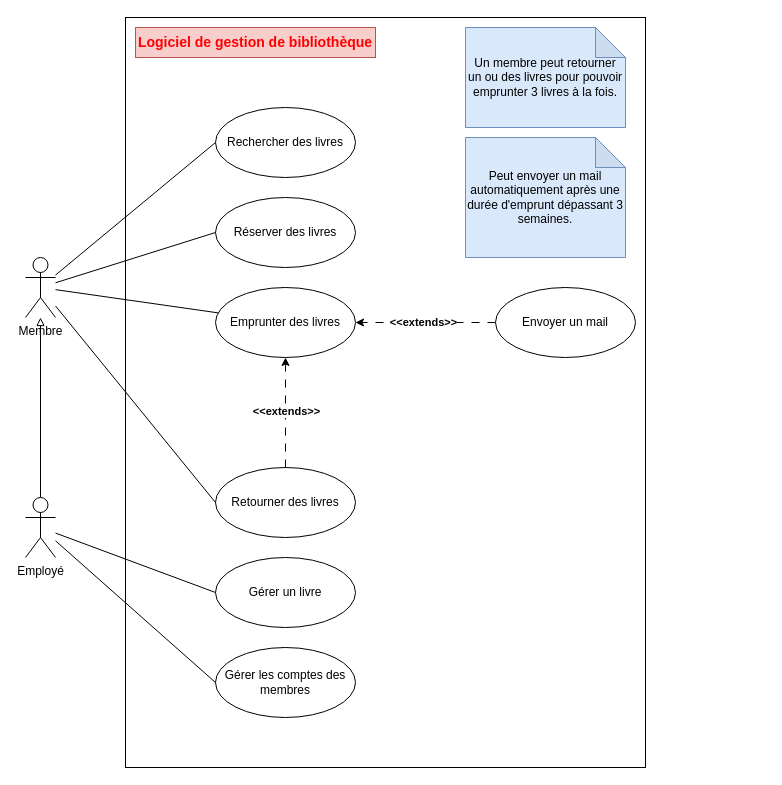
The draw.io diagram TP_1_UML_Exercice_5.drawio in Mzk-Ali/EXO_M2I_UML, before the edit. Source tidied: cells renumbered, new cells numbered last; positions are measured from the earlier drawing's top-left corner, leaving out a move shared by most shapes. Both pictures are drawn from the tidied source at 100%, with x=0, y=0 at pixel (25, 17).
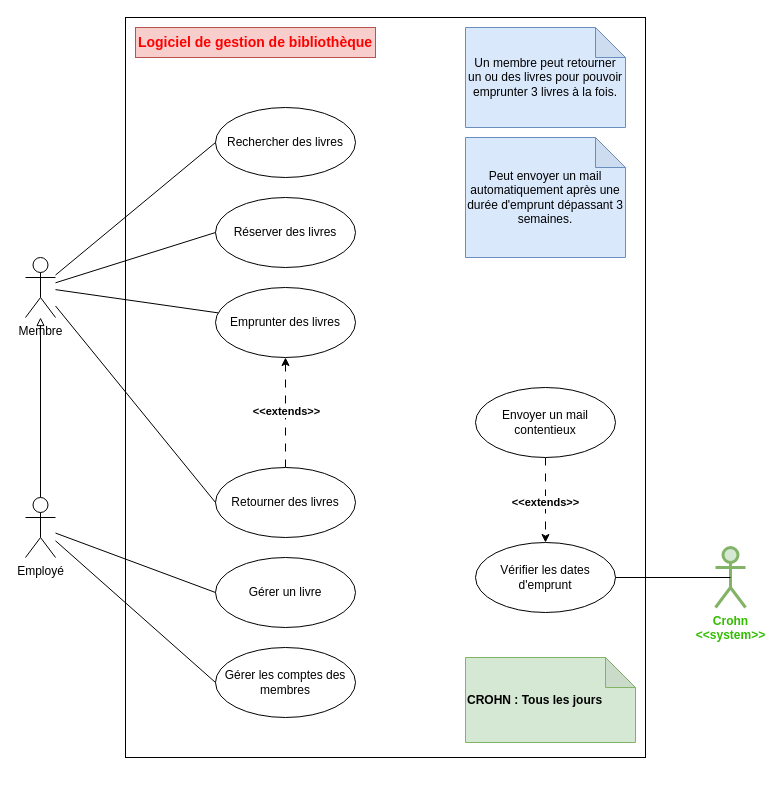
The same diagram, later.

Commit message:
Mettre à jour TP_1_UML_Exercice_5.drawio

The change refers to these unchanged cells:
```xml
<mxCell id="10" value="Emprunter des livres" style="ellipse;whiteSpace=wrap;html=1;" parent="1" vertex="1">
  <mxGeometry x="190" y="270" width="140" height="70" as="geometry" />
</mxCell>
```

What changed in the source:
```diff
@@
     <mxCell id="2" style="rounded=0;whiteSpace=wrap;html=1;" parent="1" vertex="1">
-      <mxGeometry x="100" width="520" height="750" as="geometry" />
+      <mxGeometry x="100" width="520" height="740" as="geometry" />
     </mxCell>
@@
-    <mxCell id="6" style="rounded=0;jettySize=auto;html=1;dashed=1;dashPattern=8 8;exitX=0;exitY=0.5;exitDx=0;exitDy=0;" parent="1" edge="1" source="14" target="10">
+    <mxCell id="6" style="rounded=0;jettySize=auto;html=1;dashed=1;dashPattern=8 8;exitX=0.5;exitY=1;exitDx=0;exitDy=0;entryX=0.5;entryY=0;entryDx=0;entryDy=0;" parent="1" edge="1" source="14" target="26">
       <mxGeometry relative="1" as="geometry" />
     </mxCell>
@@
-    <mxCell id="14" value="Envoyer un mail" style="ellipse;whiteSpace=wrap;html=1;" parent="1" vertex="1">
-      <mxGeometry x="470" y="270" width="140" height="70" as="geometry" />
+    <mxCell id="14" value="Envoyer un mail contentieux" style="ellipse;whiteSpace=wrap;html=1;" parent="1" vertex="1">
+      <mxGeometry x="450" y="370" width="140" height="70" as="geometry" />
     </mxCell>
@@
+    <mxCell id="26" value="Vérifier les dates d'emprunt" style="ellipse;whiteSpace=wrap;html=1;" parent="1" vertex="1">
+      <mxGeometry x="450" y="525" width="140" height="70" as="geometry" />
+    </mxCell>
+    <mxCell id="27" value="&lt;font style=&quot;color: light-dark(rgb(50, 189, 0), rgb(237, 237, 237));&quot;&gt;&lt;b&gt;Crohn&lt;/b&gt;&lt;/font&gt;&lt;div&gt;&lt;font style=&quot;color: light-dark(rgb(50, 189, 0), rgb(237, 237, 237));&quot;&gt;&lt;b&gt;&amp;lt;&amp;lt;system&amp;gt;&amp;gt;&lt;/b&gt;&lt;/font&gt;&lt;/div&gt;" style="shape=umlActor;verticalLabelPosition=bottom;verticalAlign=top;html=1;fillColor=#d5e8d4;strokeColor=#82b366;fillStyle=auto;strokeWidth=3;" parent="1" vertex="1">
+      <mxGeometry x="690" y="530" width="30" height="60" as="geometry" />
+    </mxCell>
+    <mxCell id="28" style="rounded=0;jettySize=auto;html=1;entryX=0.5;entryY=0.5;entryDx=0;entryDy=0;entryPerimeter=0;endArrow=none;startFill=0;" parent="1" edge="1" source="26" target="27">
+      <mxGeometry relative="1" as="geometry" />
+    </mxCell>
+    <mxCell id="29" value="&lt;b&gt;CROHN : Tous les jours&lt;/b&gt;" style="shape=note;whiteSpace=wrap;html=1;backgroundOutline=1;darkOpacity=0.05;fillColor=#d5e8d4;strokeColor=#82b366;align=left;" parent="1" vertex="1">
+      <mxGeometry x="440" y="640" width="170" height="85" as="geometry" />
+    </mxCell>
```
